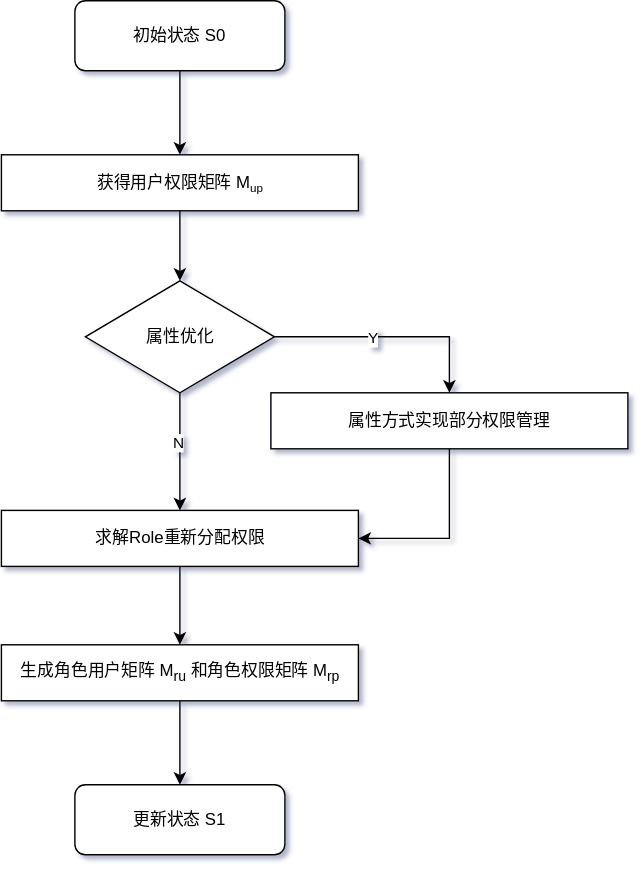
The draw.io diagram 权限自适应优化.svg in Zr-2021/draw.io_folder, before a commit. Source tidied: cells renumbered, new cells last; positions are measured from the earlier drawing's top-left corner, leaving out a move shared by most shapes.
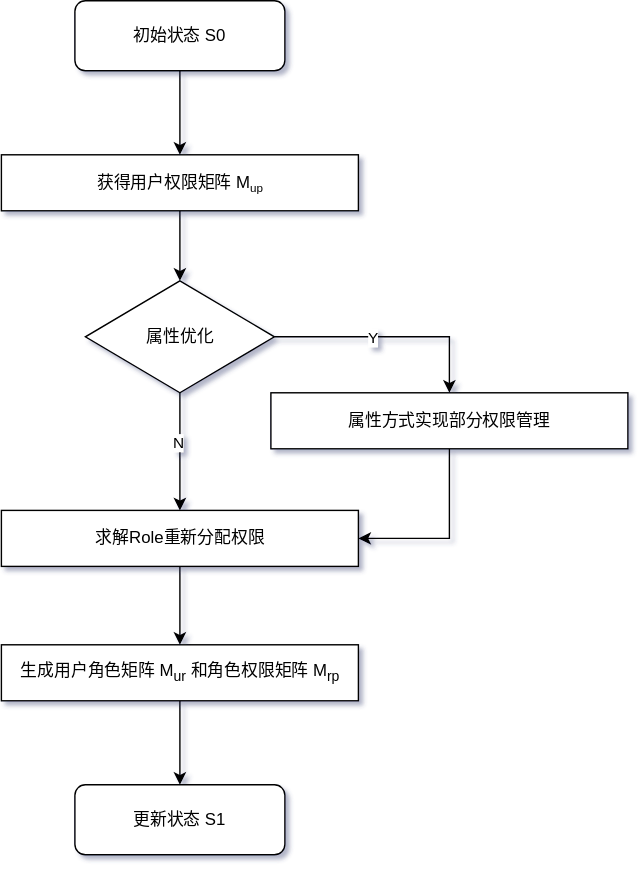
Later version of the same file.

Commit message:
更新权限自适应优化.svg

What changed in the source:
```diff
@@ -49,7 +49,7 @@
     <mxCell id="16" style="edgeStyle=orthogonalEdgeStyle;rounded=0;jettySize=auto;html=1;exitX=0.5;exitY=1;exitDx=0;exitDy=0;entryX=0.5;entryY=0;entryDx=0;entryDy=0;" parent="1" edge="1" source="17" target="4">
       <mxGeometry relative="1" as="geometry" />
     </mxCell>
-    <mxCell id="17" value="生成角色用户矩阵 M&lt;sub&gt;ru&lt;/sub&gt; 和角色权限矩阵 M&lt;sub&gt;rp&lt;/sub&gt;" style="rounded=0;whiteSpace=wrap;html=1;" parent="1" vertex="1">
+    <mxCell id="17" value="生成用户角色矩阵 M&lt;sub&gt;ur&lt;/sub&gt; 和角色权限矩阵 M&lt;sub&gt;rp&lt;/sub&gt;" style="rounded=0;whiteSpace=wrap;html=1;" parent="1" vertex="1">
       <mxGeometry x="-0.5" y="460" width="255" height="40" as="geometry" />
     </mxCell>
   </root>
```
